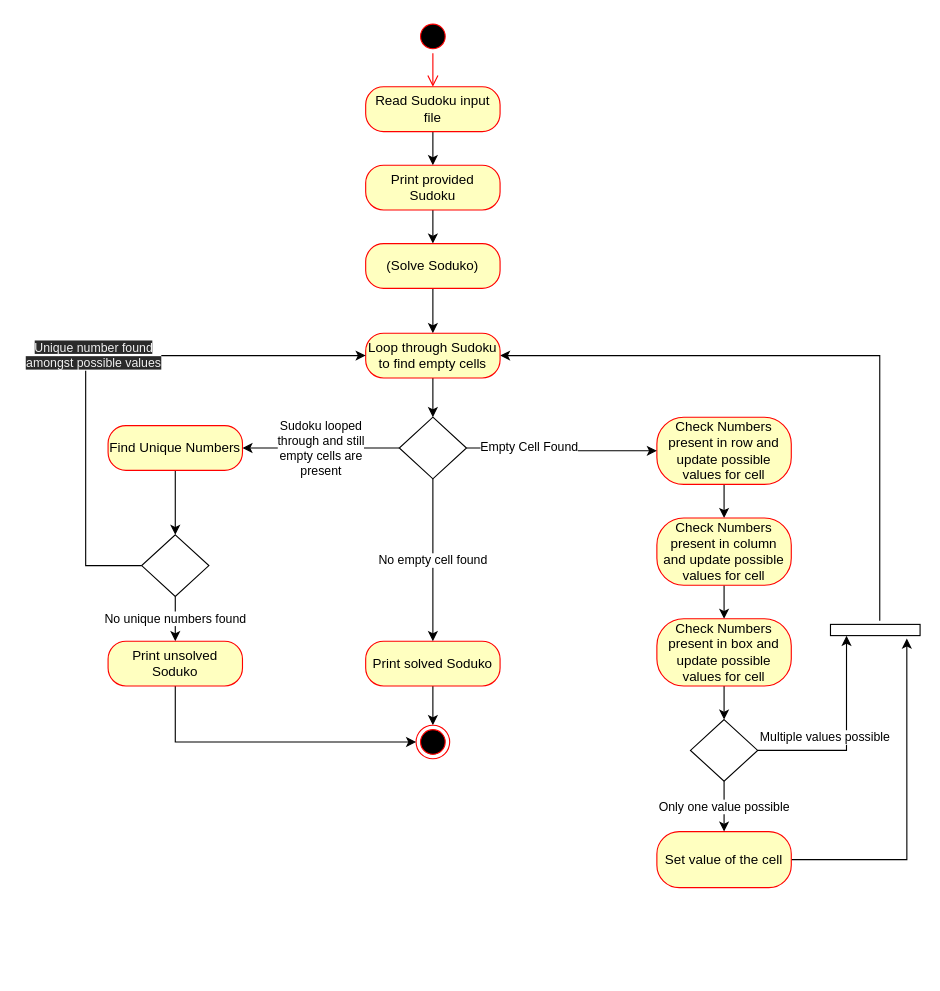
Earlier version of the draw.io diagram projects/miniProject/Documentation/activity_diagram.drawio (cbengt21/cpp-course-alten). Source tidied: cells renumbered, new cells numbered last; positions are measured from the earlier drawing's top-left corner, leaving out a move shared by most shapes. Both pictures are drawn from the tidied source at 112%, with x=0, y=0 at pixel (85, 19).
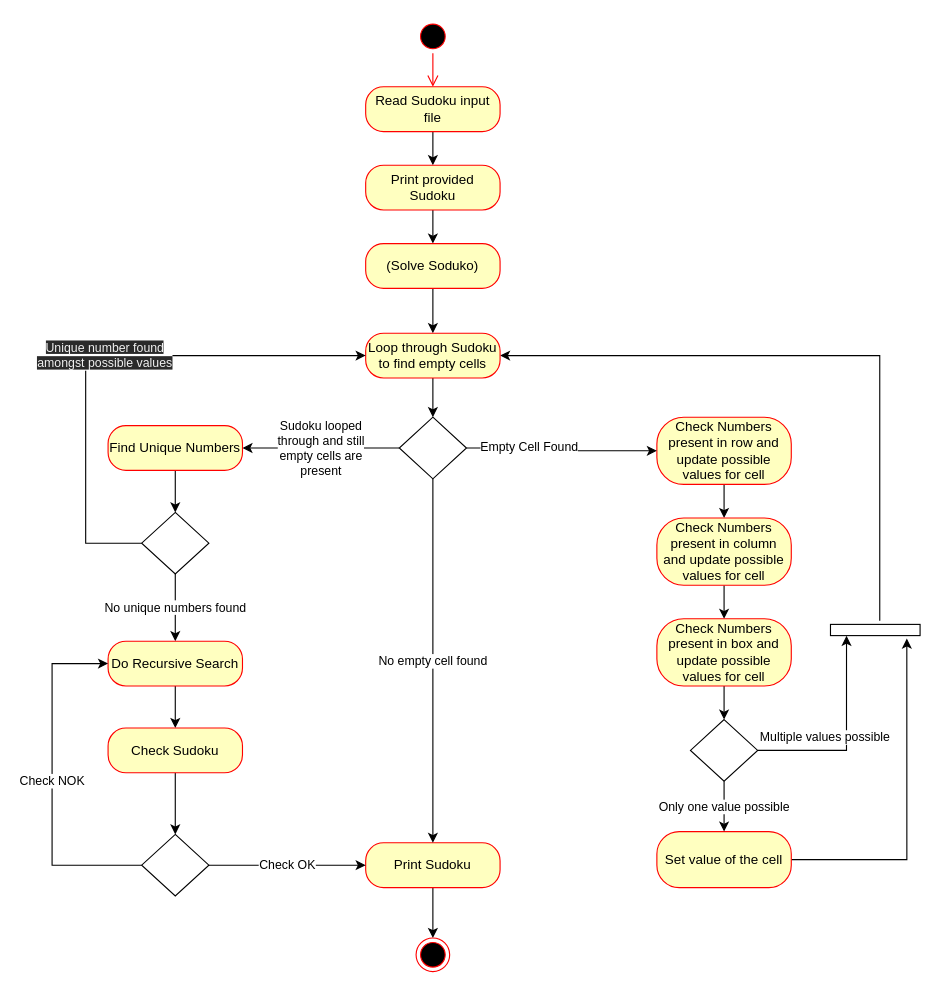
The same diagram, later.

Unchanged cells that the change refers to:
```xml
<mxCell id="16" value="Loop through Sudoku to find empty cells" style="rounded=1;whiteSpace=wrap;html=1;arcSize=40;fontColor=#000000;fillColor=#ffffc0;strokeColor=#ff0000;" parent="1" vertex="1">
  <mxGeometry x="250" y="280" width="120" height="40" as="geometry" />
</mxCell>
```

The edit, as a diff of the source:
```diff
@@
-    <mxCell id="11" value="Print solved Soduko" style="rounded=1;whiteSpace=wrap;html=1;arcSize=40;fontColor=#000000;fillColor=#ffffc0;strokeColor=#ff0000;" parent="1" vertex="1">
-      <mxGeometry x="250" y="555" width="120" height="40" as="geometry" />
+    <mxCell id="11" value="Print Sudoku" style="rounded=1;whiteSpace=wrap;html=1;arcSize=40;fontColor=#000000;fillColor=#ffffc0;strokeColor=#ff0000;" parent="1" vertex="1">
+      <mxGeometry x="250" y="735" width="120" height="40" as="geometry" />
     </mxCell>
@@
     <mxCell id="34" style="ellipse;html=1;shape=endState;fillColor=#000000;strokeColor=#ff0000;" parent="1" vertex="1">
-      <mxGeometry x="295" y="630" width="30" height="30" as="geometry" />
+      <mxGeometry x="295" y="820" width="30" height="30" as="geometry" />
     </mxCell>
     <mxCell id="35" value="&lt;span style=&quot;color: rgb(240, 240, 240); font-family: helvetica; font-size: 11px; font-style: normal; font-weight: 400; letter-spacing: normal; text-align: center; text-indent: 0px; text-transform: none; word-spacing: 0px; background-color: rgb(42, 42, 42); display: inline; float: none;&quot;&gt;Unique number found&lt;/span&gt;&lt;br style=&quot;color: rgb(240, 240, 240); font-family: helvetica; font-size: 11px; font-style: normal; font-weight: 400; letter-spacing: normal; text-align: center; text-indent: 0px; text-transform: none; word-spacing: 0px;&quot;&gt;&lt;span style=&quot;color: rgb(240, 240, 240); font-family: helvetica; font-size: 11px; font-style: normal; font-weight: 400; letter-spacing: normal; text-align: center; text-indent: 0px; text-transform: none; word-spacing: 0px; background-color: rgb(42, 42, 42); display: inline; float: none;&quot;&gt;amongst possible values&lt;/span&gt;" style="edgeStyle=orthogonalEdgeStyle;rounded=0;jettySize=auto;html=1;exitX=0;exitY=0.5;exitDx=0;exitDy=0;entryX=0;entryY=0.5;entryDx=0;entryDy=0;" parent="1" edge="1" source="37" target="16">
       <mxGeometry relative="1" as="geometry">
         <Array as="points">
-          <mxPoint y="488" />
+          <mxPoint y="468" />
           <mxPoint y="300" />
         </Array>
       </mxGeometry>
     </mxCell>
@@
     <mxCell id="37" style="rhombus;whiteSpace=wrap;html=1;" parent="1" vertex="1">
-      <mxGeometry x="50" y="460" width="60" height="55" as="geometry" />
+      <mxGeometry x="50" y="440" width="60" height="55" as="geometry" />
     </mxCell>
-    <mxCell id="38" style="edgeStyle=orthogonalEdgeStyle;rounded=0;jettySize=auto;html=1;exitX=0.5;exitY=1;exitDx=0;exitDy=0;entryX=0;entryY=0.5;entryDx=0;entryDy=0;" parent="1" edge="1" source="39" target="34">
-      <mxGeometry relative="1" as="geometry" />
-    </mxCell>
+    <mxCell id="40" style="edgeStyle=orthogonalEdgeStyle;rounded=0;jettySize=auto;html=1;exitX=0.5;exitY=1;exitDx=0;exitDy=0;entryX=0.5;entryY=0;entryDx=0;entryDy=0;" parent="1" edge="1" source="39" target="45">
+      <mxGeometry relative="1" as="geometry" />
+    </mxCell>
-    <mxCell id="39" value="Print unsolved Soduko" style="rounded=1;whiteSpace=wrap;html=1;arcSize=40;fontColor=#000000;fillColor=#ffffc0;strokeColor=#ff0000;" parent="1" vertex="1">
+    <mxCell id="39" value="Do Recursive Search" style="rounded=1;whiteSpace=wrap;html=1;arcSize=40;fontColor=#000000;fillColor=#ffffc0;strokeColor=#ff0000;" parent="1" vertex="1">
       <mxGeometry x="20" y="555" width="120" height="40" as="geometry" />
     </mxCell>
+    <mxCell id="41" value="Check NOK" style="edgeStyle=orthogonalEdgeStyle;rounded=0;jettySize=auto;html=1;exitX=0;exitY=0.5;exitDx=0;exitDy=0;entryX=0;entryY=0.5;entryDx=0;entryDy=0;" parent="1" edge="1" source="43" target="39">
+      <mxGeometry relative="1" as="geometry">
+        <Array as="points">
+          <mxPoint x="-30" y="755" />
+          <mxPoint x="-30" y="575" />
+        </Array>
+      </mxGeometry>
+    </mxCell>
+    <mxCell id="42" value="Check OK" style="edgeStyle=orthogonalEdgeStyle;rounded=0;jettySize=auto;html=1;exitX=1;exitY=0.5;exitDx=0;exitDy=0;entryX=0;entryY=0.5;entryDx=0;entryDy=0;" parent="1" edge="1" source="43" target="11">
+      <mxGeometry relative="1" as="geometry" />
+    </mxCell>
+    <mxCell id="43" style="rhombus;whiteSpace=wrap;html=1;" parent="1" vertex="1">
+      <mxGeometry x="50" y="727.5" width="60" height="55" as="geometry" />
+    </mxCell>
+    <mxCell id="44" style="edgeStyle=orthogonalEdgeStyle;rounded=0;jettySize=auto;html=1;exitX=0.5;exitY=1;exitDx=0;exitDy=0;entryX=0.5;entryY=0;entryDx=0;entryDy=0;" parent="1" edge="1" source="45" target="43">
+      <mxGeometry relative="1" as="geometry" />
+    </mxCell>
+    <mxCell id="45" value="Check Sudoku" style="rounded=1;whiteSpace=wrap;html=1;arcSize=40;fontColor=#000000;fillColor=#ffffc0;strokeColor=#ff0000;" parent="1" vertex="1">
+      <mxGeometry x="20" y="632.5" width="120" height="40" as="geometry" />
+    </mxCell>
```
